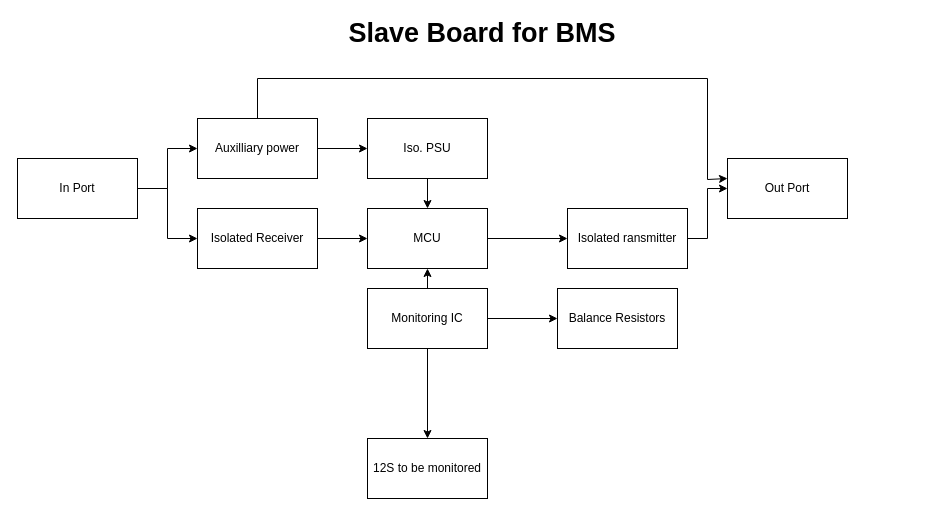
Above: Vegapod 24/Bms slave.drawio in sakshamgupta2004/VegapodAll (draw.io), before the change. Source tidied: cells renumbered, new cells numbered last; positions are measured from the earlier drawing's top-left corner, leaving out a move shared by most shapes. Both pictures are drawn from the tidied source at 100%, with x=0, y=0 at pixel (17, 18).
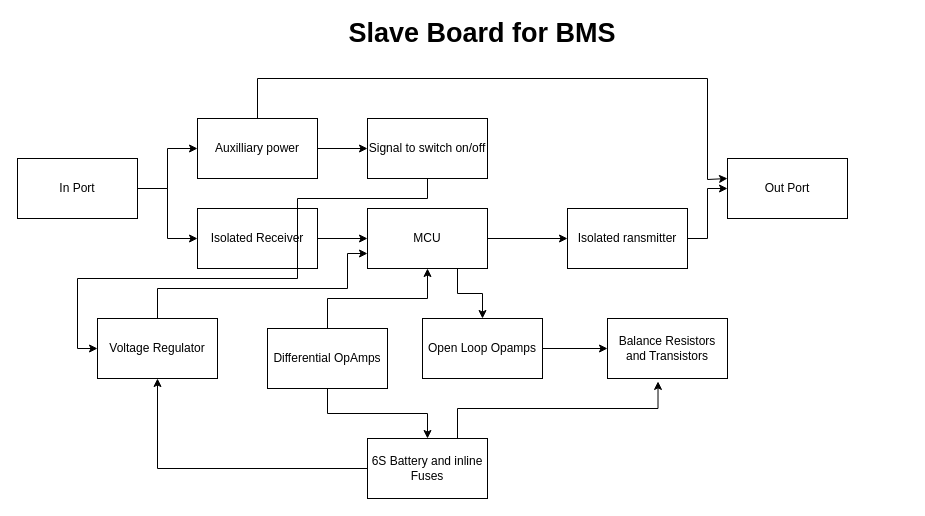
The same page after the edit.

The change refers to these unchanged cells:
```xml
<mxCell id="7" value="MCU" style="rounded=0;whiteSpace=wrap;html=1;" parent="1" vertex="1">
  <mxGeometry x="350" y="190" width="120" height="60" as="geometry" />
</mxCell>
```

Diff of the diagram source:
```diff
@@
-    <mxCell id="3" style="edgeStyle=orthogonalEdgeStyle;rounded=0;jettySize=auto;html=1;" parent="1" edge="1" source="4" target="23">
-      <mxGeometry relative="1" as="geometry" />
-    </mxCell>
-    <mxCell id="4" value="Monitoring IC" style="rounded=0;whiteSpace=wrap;html=1;" parent="1" vertex="1">
-      <mxGeometry x="350" y="270" width="120" height="60" as="geometry" />
+    <mxCell id="4" value="Differential OpAmps" style="rounded=0;whiteSpace=wrap;html=1;" parent="1" vertex="1">
+      <mxGeometry x="250" y="310" width="120" height="60" as="geometry" />
     </mxCell>
     <mxCell id="5" style="endArrow=classic;html=1;rounded=0;exitX=0.5;exitY=0;exitDx=0;exitDy=0;" parent="1" edge="1" source="4">
       <mxGeometry relative="1" as="geometry">
         <mxPoint x="410" y="250" as="targetPoint" />
+        <Array as="points">
+          <mxPoint x="310" y="280" />
+          <mxPoint x="410" y="280" />
+        </Array>
       </mxGeometry>
     </mxCell>
@@
+    <mxCell id="24" style="edgeStyle=orthogonalEdgeStyle;rounded=0;jettySize=auto;html=1;exitX=0.75;exitY=1;exitDx=0;exitDy=0;" parent="1" edge="1" source="7" target="29">
+      <mxGeometry relative="1" as="geometry" />
+    </mxCell>
@@
-    <mxCell id="15" style="edgeStyle=orthogonalEdgeStyle;rounded=0;jettySize=auto;html=1;" parent="1" edge="1" source="16" target="7">
-      <mxGeometry relative="1" as="geometry" />
-    </mxCell>
+    <mxCell id="25" style="edgeStyle=orthogonalEdgeStyle;rounded=0;jettySize=auto;html=1;exitX=0.5;exitY=1;exitDx=0;exitDy=0;entryX=0;entryY=0.5;entryDx=0;entryDy=0;" parent="1" edge="1" source="16" target="31">
+      <mxGeometry relative="1" as="geometry">
+        <Array as="points">
+          <mxPoint x="410" y="180" />
+          <mxPoint x="280" y="180" />
+          <mxPoint x="280" y="260" />
+          <mxPoint x="60" y="260" />
+          <mxPoint x="60" y="330" />
+        </Array>
+      </mxGeometry>
+    </mxCell>
-    <mxCell id="16" value="Iso. PSU" style="rounded=0;whiteSpace=wrap;html=1;" parent="1" vertex="1">
+    <mxCell id="16" value="Signal to switch on/off" style="rounded=0;whiteSpace=wrap;html=1;" parent="1" vertex="1">
       <mxGeometry x="350" y="100" width="120" height="60" as="geometry" />
     </mxCell>
@@
+    <mxCell id="26" style="edgeStyle=orthogonalEdgeStyle;rounded=0;jettySize=auto;html=1;exitX=0.75;exitY=0;exitDx=0;exitDy=0;entryX=0.421;entryY=1.049;entryDx=0;entryDy=0;entryPerimeter=0;" parent="1" edge="1" source="21" target="23">
+      <mxGeometry relative="1" as="geometry">
+        <Array as="points">
+          <mxPoint x="440" y="390" />
+          <mxPoint x="641" y="390" />
+        </Array>
+      </mxGeometry>
+    </mxCell>
+    <mxCell id="27" style="edgeStyle=orthogonalEdgeStyle;rounded=0;jettySize=auto;html=1;" parent="1" edge="1" source="21" target="31">
+      <mxGeometry relative="1" as="geometry" />
+    </mxCell>
-    <mxCell id="21" value="12S to be monitored" style="rounded=0;whiteSpace=wrap;html=1;" parent="1" vertex="1">
+    <mxCell id="21" value="6S Battery and inline Fuses" style="rounded=0;whiteSpace=wrap;html=1;" parent="1" vertex="1">
       <mxGeometry x="350" y="420" width="120" height="60" as="geometry" />
     </mxCell>
@@
-    <mxCell id="23" value="Balance Resistors" style="rounded=0;whiteSpace=wrap;html=1;" parent="1" vertex="1">
-      <mxGeometry x="540" y="270" width="120" height="60" as="geometry" />
+    <mxCell id="23" value="Balance Resistors and Transistors" style="rounded=0;whiteSpace=wrap;html=1;" parent="1" vertex="1">
+      <mxGeometry x="590" y="300" width="120" height="60" as="geometry" />
     </mxCell>
+    <mxCell id="28" style="edgeStyle=orthogonalEdgeStyle;rounded=0;jettySize=auto;html=1;exitX=1;exitY=0.5;exitDx=0;exitDy=0;entryX=0;entryY=0.5;entryDx=0;entryDy=0;" parent="1" edge="1" source="29" target="23">
+      <mxGeometry relative="1" as="geometry" />
+    </mxCell>
+    <mxCell id="29" value="Open Loop Opamps" style="rounded=0;whiteSpace=wrap;html=1;" parent="1" vertex="1">
+      <mxGeometry x="405" y="300" width="120" height="60" as="geometry" />
+    </mxCell>
+    <mxCell id="30" style="edgeStyle=orthogonalEdgeStyle;rounded=0;jettySize=auto;html=1;exitX=0.5;exitY=0;exitDx=0;exitDy=0;entryX=0;entryY=0.75;entryDx=0;entryDy=0;" parent="1" edge="1" source="31" target="7">
+      <mxGeometry relative="1" as="geometry">
+        <Array as="points">
+          <mxPoint x="140" y="270" />
+          <mxPoint x="330" y="270" />
+          <mxPoint x="330" y="235" />
+        </Array>
+      </mxGeometry>
+    </mxCell>
+    <mxCell id="31" value="Voltage Regulator" style="rounded=0;whiteSpace=wrap;html=1;" parent="1" vertex="1">
+      <mxGeometry x="80" y="300" width="120" height="60" as="geometry" />
+    </mxCell>
```
